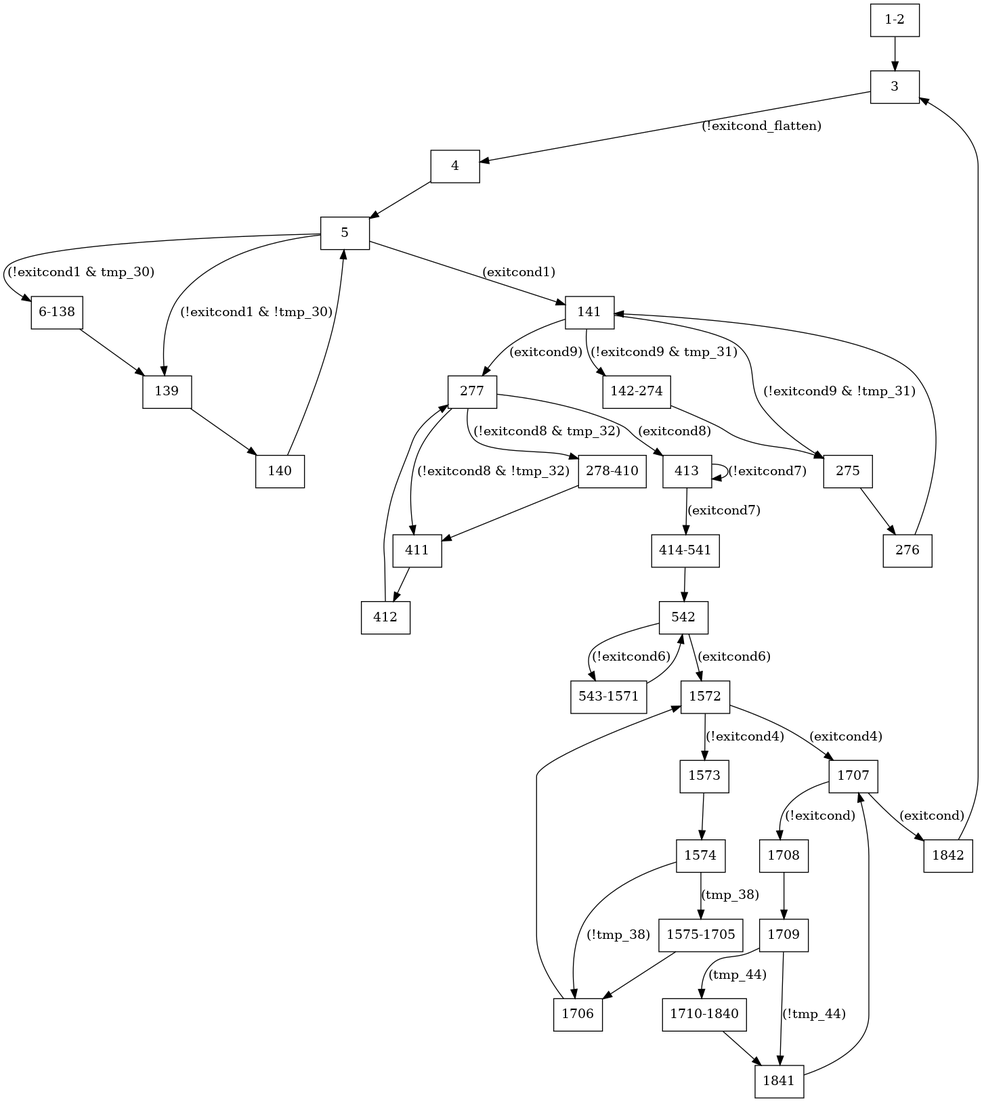
This is examples/bicg.png from comododragon/vivado-fsmgen, a Graphviz export, as it was before one commit. Its source is kept beside it as examples/bicg.dot. The source it was exported from:
```dot
digraph "FSM" {
	n3 [shape=record,label="3"];
	n4 [shape=record,label="4"];
	n5 [shape=record,label="5"];
	n139 [shape=record,label="139"];
	n141 [shape=record,label="141"];
	n140 [shape=record,label="140"];
	n275 [shape=record,label="275"];
	n277 [shape=record,label="277"];
	n276 [shape=record,label="276"];
	n411 [shape=record,label="411"];
	n413 [shape=record,label="413"];
	n412 [shape=record,label="412"];
	n542 [shape=record,label="542"];
	n1572 [shape=record,label="1572"];
	n1573 [shape=record,label="1573"];
	n1707 [shape=record,label="1707"];
	n1574 [shape=record,label="1574"];
	n1706 [shape=record,label="1706"];
	n1708 [shape=record,label="1708"];
	n1842 [shape=record,label="1842"];
	n1709 [shape=record,label="1709"];
	n1841 [shape=record,label="1841"];
	n1to2 [shape=record,label="1-2"];
	n6to138 [shape=record,label="6-138"];
	n142to274 [shape=record,label="142-274"];
	n278to410 [shape=record,label="278-410"];
	n414to541 [shape=record,label="414-541"];
	n543to1571 [shape=record,label="543-1571"];
	n1575to1705 [shape=record,label="1575-1705"];
	n1710to1840 [shape=record,label="1710-1840"];
	n3 -> n4 [label="(!exitcond_flatten)"];
	n4 -> n5;
	n5 -> n139 [label="(!exitcond1 & !tmp_30)"];
	n5 -> n141 [label="(exitcond1)"];
	n5 -> n6to138 [label="(!exitcond1 & tmp_30)"];
	n139 -> n140;
	n141 -> n275 [label="(!exitcond9 & !tmp_31)"];
	n141 -> n277 [label="(exitcond9)"];
	n141 -> n142to274 [label="(!exitcond9 & tmp_31)"];
	n140 -> n5;
	n275 -> n276;
	n277 -> n411 [label="(!exitcond8 & !tmp_32)"];
	n277 -> n413 [label="(exitcond8)"];
	n277 -> n278to410 [label="(!exitcond8 & tmp_32)"];
	n276 -> n141;
	n411 -> n412;
	n413 -> n413 [label="(!exitcond7)"];
	n413 -> n414to541 [label="(exitcond7)"];
	n412 -> n277;
	n542 -> n1572 [label="(exitcond6)"];
	n542 -> n543to1571 [label="(!exitcond6)"];
	n1572 -> n1573 [label="(!exitcond4)"];
	n1572 -> n1707 [label="(exitcond4)"];
	n1573 -> n1574;
	n1707 -> n1708 [label="(!exitcond)"];
	n1707 -> n1842 [label="(exitcond)"];
	n1574 -> n1706 [label="(!tmp_38)"];
	n1574 -> n1575to1705 [label="(tmp_38)"];
	n1706 -> n1572;
	n1708 -> n1709;
	n1842 -> n3;
	n1709 -> n1841 [label="(!tmp_44)"];
	n1709 -> n1710to1840 [label="(tmp_44)"];
	n1841 -> n1707;
	n1to2 -> n3;
	n6to138 -> n139;
	n142to274 -> n275;
	n278to410 -> n411;
	n414to541 -> n542;
	n543to1571 -> n542;
	n1575to1705 -> n1706;
	n1710to1840 -> n1841;
}
```
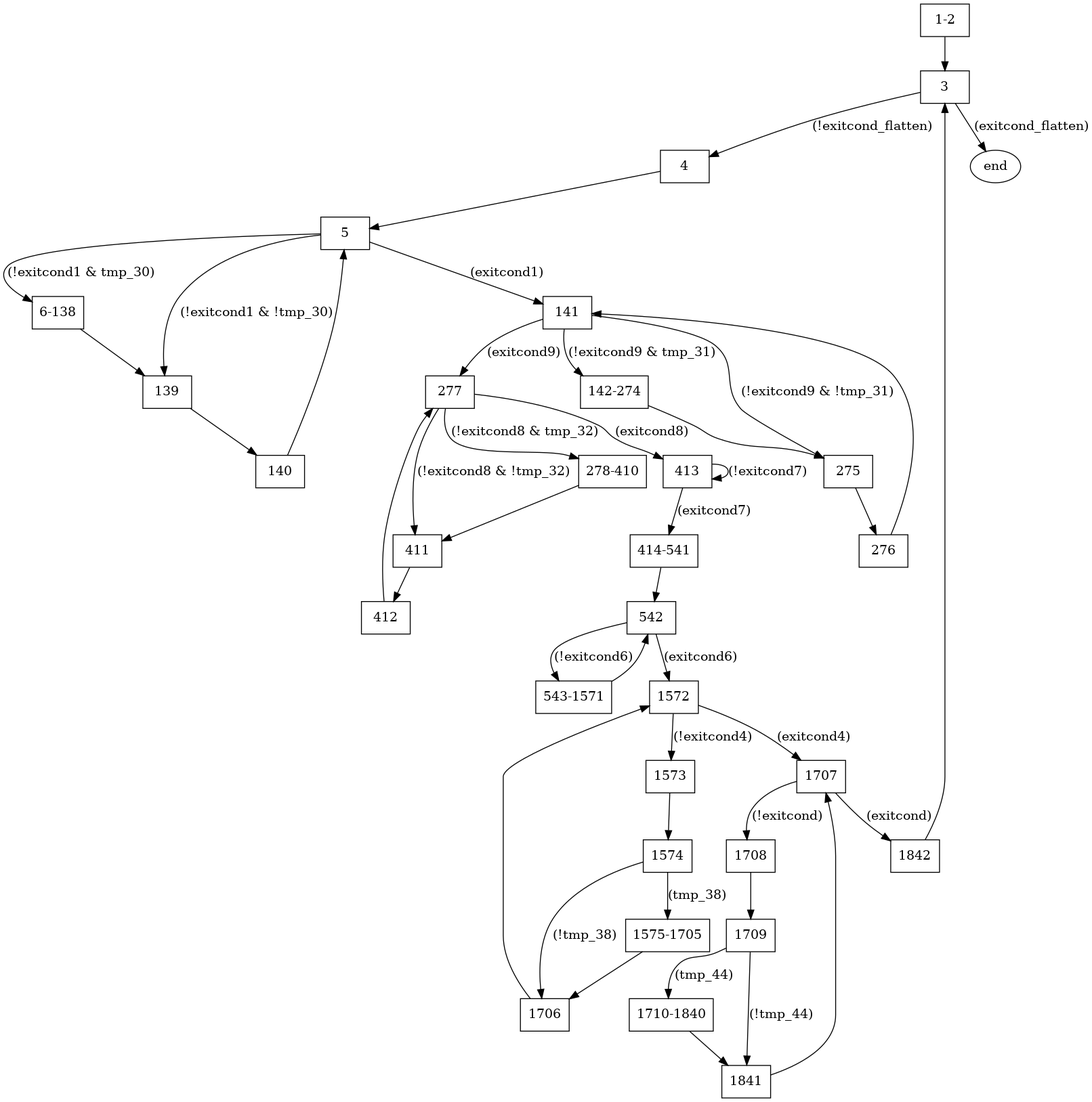
After the change.

Change to the diagram source:
```diff
@@ -21,6 +21,7 @@
 	n1842 [shape=record,label="1842"];
 	n1709 [shape=record,label="1709"];
 	n1841 [shape=record,label="1841"];
+	n1843 [label="end"];
 	n1to2 [shape=record,label="1-2"];
 	n6to138 [shape=record,label="6-138"];
 	n142to274 [shape=record,label="142-274"];
@@ -30,6 +31,7 @@
 	n1575to1705 [shape=record,label="1575-1705"];
 	n1710to1840 [shape=record,label="1710-1840"];
 	n3 -> n4 [label="(!exitcond_flatten)"];
+	n3 -> n1843 [label="(exitcond_flatten)"];
 	n4 -> n5;
 	n5 -> n139 [label="(!exitcond1 & !tmp_30)"];
 	n5 -> n141 [label="(exitcond1)"];
```
